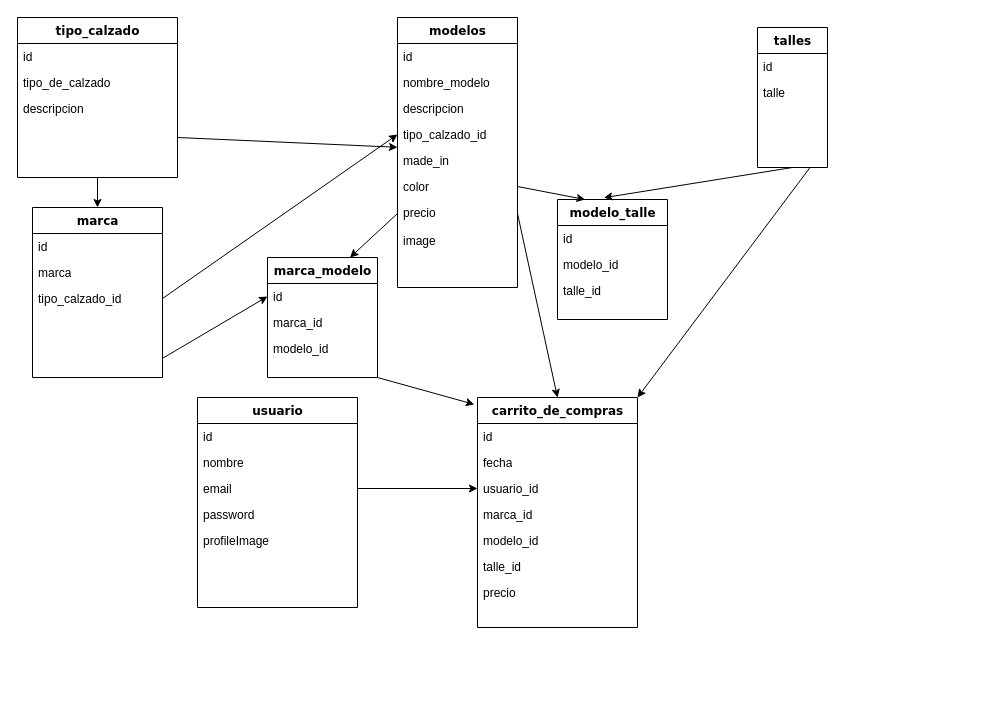
Before: Copy of diagramaBaseDatosSportWear.drawio in Lao70/fullstack2021, a draw.io diagram. Source tidied: cells renumbered, new cells numbered last; positions are measured from the earlier drawing's top-left corner, leaving out a move shared by most shapes. Both pictures are drawn from the tidied source at 100%, with x=0, y=0 at pixel (17, 17).
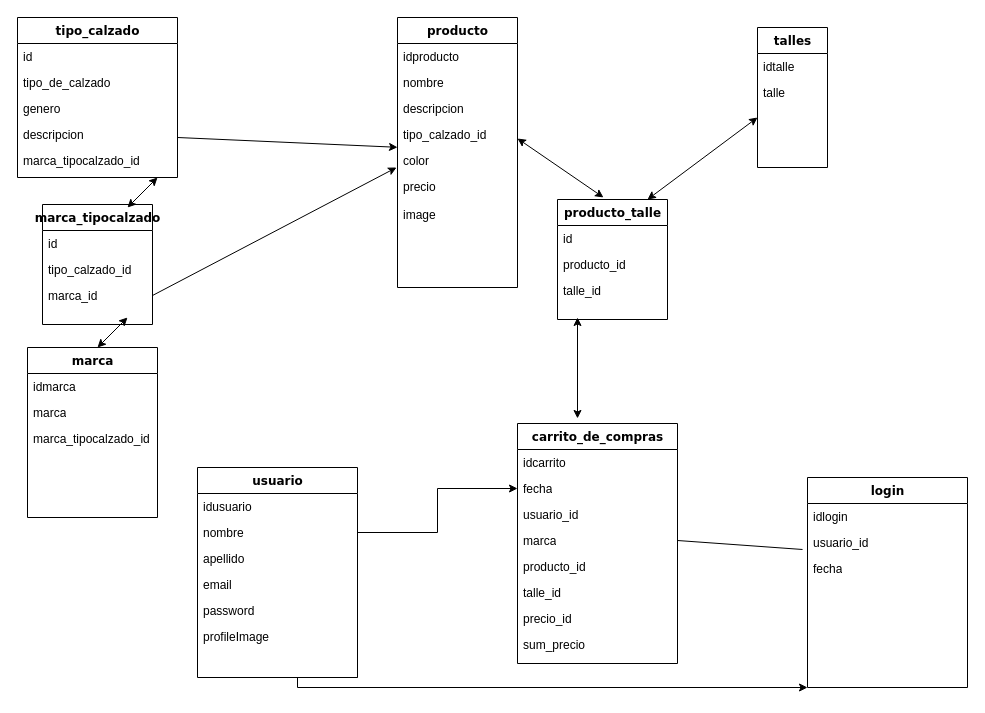
The same diagram, later.

The change refers to these unchanged cells:
```xml
<mxCell id="4" value="tipo_calzado" style="swimlane;html=1;fontStyle=1;align=center;verticalAlign=top;horizontal=1;startSize=26;swimlaneFillColor=#ffffff;rounded=0;shadow=0;comic=0;labelBackgroundColor=none;strokeWidth=1;fillColor=none;fontFamily=Verdana;fontSize=12;" parent="1" vertex="1">
  <mxGeometry width="160" height="160" as="geometry" />
</mxCell>
<mxCell id="17" value="tipo_calzado_id" style="text;html=1;strokeColor=none;fillColor=none;align=left;verticalAlign=top;spacingLeft=4;spacingRight=4;whiteSpace=wrap;overflow=hidden;points=[[0,0.5],[1,0.5]];portConstraint=eastwest;" parent="13" vertex="1">
  <mxGeometry y="104" width="120" height="26" as="geometry" />
</mxCell>
<mxCell id="24" value="talles" style="swimlane;html=1;fontStyle=1;align=center;verticalAlign=top;horizontal=1;startSize=26;swimlaneFillColor=#ffffff;rounded=0;shadow=0;comic=0;labelBackgroundColor=none;strokeWidth=1;fillColor=none;fontFamily=Verdana;fontSize=12;" parent="1" vertex="1">
  <mxGeometry x="740" y="10" width="70" height="140" as="geometry" />
</mxCell>
<mxCell id="29" value="fecha" style="text;html=1;strokeColor=none;fillColor=none;align=left;verticalAlign=top;spacingLeft=4;spacingRight=4;whiteSpace=wrap;overflow=hidden;points=[[0,0.5],[1,0.5]];portConstraint=eastwest;" parent="27" vertex="1">
  <mxGeometry y="52" width="160" height="26" as="geometry" />
</mxCell>
<mxCell id="30" value="usuario_id" style="text;html=1;strokeColor=none;fillColor=none;align=left;verticalAlign=top;spacingLeft=4;spacingRight=4;whiteSpace=wrap;overflow=hidden;points=[[0,0.5],[1,0.5]];portConstraint=eastwest;" parent="27" vertex="1">
  <mxGeometry y="78" width="160" height="26" as="geometry" />
</mxCell>
<mxCell id="37" value="nombre" style="text;html=1;strokeColor=none;fillColor=none;align=left;verticalAlign=top;spacingLeft=4;spacingRight=4;whiteSpace=wrap;overflow=hidden;points=[[0,0.5],[1,0.5]];portConstraint=eastwest;" parent="35" vertex="1">
  <mxGeometry y="52" width="160" height="26" as="geometry" />
</mxCell>
```

The edit, as a diff of the source:
```diff
@@
-    <mxCell id="2" style="edgeStyle=none;rounded=0;jettySize=auto;html=1;exitX=1;exitY=0.75;exitDx=0;exitDy=0;entryX=0;entryY=-0.008;entryDx=0;entryDy=0;entryPerimeter=0;" parent="1" edge="1" source="4" target="18">
-      <mxGeometry relative="1" as="geometry" />
+    <mxCell id="2" style="edgeStyle=none;rounded=0;jettySize=auto;html=1;exitX=1;exitY=0.75;exitDx=0;exitDy=0;entryX=0;entryY=-0.008;entryDx=0;entryDy=0;entryPerimeter=0;" parent="1" edge="1" source="4">
+      <mxGeometry relative="1" as="geometry">
+        <mxPoint x="380" y="129.8" as="targetPoint" />
+      </mxGeometry>
     </mxCell>
-    <mxCell id="3" style="edgeStyle=none;rounded=0;jettySize=auto;html=1;exitX=0.5;exitY=1;exitDx=0;exitDy=0;entryX=0.5;entryY=0;entryDx=0;entryDy=0;" parent="1" edge="1" source="4" target="9">
-      <mxGeometry relative="1" as="geometry" />
-    </mxCell>
@@
+    <mxCell id="55" value="genero" style="text;html=1;strokeColor=none;fillColor=none;align=left;verticalAlign=top;spacingLeft=4;spacingRight=4;whiteSpace=wrap;overflow=hidden;" parent="4" vertex="1">
+      <mxGeometry y="78" width="160" height="26" as="geometry" />
+    </mxCell>
     <mxCell id="7" value="descripcion" style="text;html=1;strokeColor=none;fillColor=none;align=left;verticalAlign=top;spacingLeft=4;spacingRight=4;whiteSpace=wrap;overflow=hidden;" parent="4" vertex="1">
-      <mxGeometry y="78" width="160" height="26" as="geometry" />
+      <mxGeometry y="104" width="160" height="26" as="geometry" />
     </mxCell>
+    <mxCell id="56" value="marca_tipocalzado_id" style="text;html=1;strokeColor=none;fillColor=none;align=left;verticalAlign=top;spacingLeft=4;spacingRight=4;whiteSpace=wrap;overflow=hidden;" parent="4" vertex="1">
+      <mxGeometry y="130" width="160" height="26" as="geometry" />
+    </mxCell>
+    <mxCell id="57" style="endArrow=classic;startArrow=classic;html=1;rounded=0;" parent="4" edge="1">
+      <mxGeometry relative="1" as="geometry">
+        <mxPoint x="110" y="190" as="sourcePoint" />
+        <mxPoint x="140" y="160" as="targetPoint" />
+      </mxGeometry>
+    </mxCell>
-    <mxCell id="8" style="edgeStyle=none;rounded=0;jettySize=auto;html=1;exitX=0.75;exitY=1;exitDx=0;exitDy=0;entryX=0;entryY=0.5;entryDx=0;entryDy=0;" parent="1" edge="1" source="9" target="47">
+    <mxCell id="8" style="edgeStyle=none;rounded=0;jettySize=auto;html=1;exitX=1;exitY=0.5;exitDx=0;exitDy=0;entryX=-0.008;entryY=0.769;entryDx=0;entryDy=0;entryPerimeter=0;" parent="1" edge="1" source="48" target="19">
       <mxGeometry relative="1" as="geometry" />
     </mxCell>
     <mxCell id="9" value="marca" style="swimlane;html=1;fontStyle=1;align=center;verticalAlign=top;horizontal=1;startSize=26;swimlaneFillColor=#ffffff;rounded=0;shadow=0;comic=0;labelBackgroundColor=none;strokeWidth=1;fillColor=none;fontFamily=Verdana;fontSize=12;" parent="1" vertex="1">
-      <mxGeometry x="15" y="190" width="130" height="170" as="geometry" />
+      <mxGeometry x="10" y="330" width="130" height="170" as="geometry" />
     </mxCell>
-    <mxCell id="10" value="id" style="text;html=1;strokeColor=none;fillColor=none;align=left;verticalAlign=top;spacingLeft=4;spacingRight=4;whiteSpace=wrap;overflow=hidden;" parent="9" vertex="1">
+    <mxCell id="10" value="idmarca" style="text;html=1;strokeColor=none;fillColor=none;align=left;verticalAlign=top;spacingLeft=4;spacingRight=4;whiteSpace=wrap;overflow=hidden;" parent="9" vertex="1">
       <mxGeometry y="26" width="130" height="26" as="geometry" />
     </mxCell>
@@
-    <mxCell id="12" value="tipo_calzado_id" style="text;html=1;strokeColor=none;fillColor=none;align=left;verticalAlign=top;spacingLeft=4;spacingRight=4;whiteSpace=wrap;overflow=hidden;points=[[0,0.5],[1,0.5]];portConstraint=eastwest;" parent="9" vertex="1">
+    <mxCell id="12" value="marca_tipocalzado_id" style="text;html=1;strokeColor=none;fillColor=none;align=left;verticalAlign=top;spacingLeft=4;spacingRight=4;whiteSpace=wrap;overflow=hidden;points=[[0,0.5],[1,0.5]];portConstraint=eastwest;" parent="9" vertex="1">
       <mxGeometry y="78" width="130" height="26" as="geometry" />
     </mxCell>
-    <mxCell id="13" value="modelos" style="swimlane;html=1;fontStyle=1;align=center;verticalAlign=top;horizontal=1;startSize=26;swimlaneFillColor=#ffffff;rounded=0;shadow=0;comic=0;labelBackgroundColor=none;strokeWidth=1;fillColor=none;fontFamily=Verdana;fontSize=12;" parent="1" vertex="1">
+    <mxCell id="13" value="producto" style="swimlane;html=1;fontStyle=1;align=center;verticalAlign=top;horizontal=1;startSize=26;swimlaneFillColor=#ffffff;rounded=0;shadow=0;comic=0;labelBackgroundColor=none;strokeWidth=1;fillColor=none;fontFamily=Verdana;fontSize=12;" parent="1" vertex="1">
       <mxGeometry x="380" width="120" height="270" as="geometry" />
     </mxCell>
-    <mxCell id="14" value="id" style="text;html=1;strokeColor=none;fillColor=none;align=left;verticalAlign=top;spacingLeft=4;spacingRight=4;whiteSpace=wrap;overflow=hidden;" parent="13" vertex="1">
+    <mxCell id="14" value="idproducto" style="text;html=1;strokeColor=none;fillColor=none;align=left;verticalAlign=top;spacingLeft=4;spacingRight=4;whiteSpace=wrap;overflow=hidden;" parent="13" vertex="1">
       <mxGeometry y="26" width="120" height="26" as="geometry" />
     </mxCell>
-    <mxCell id="15" value="nombre_modelo" style="text;html=1;strokeColor=none;fillColor=none;align=left;verticalAlign=top;spacingLeft=4;spacingRight=4;whiteSpace=wrap;overflow=hidden;" parent="13" vertex="1">
+    <mxCell id="15" value="nombre" style="text;html=1;strokeColor=none;fillColor=none;align=left;verticalAlign=top;spacingLeft=4;spacingRight=4;whiteSpace=wrap;overflow=hidden;" parent="13" vertex="1">
       <mxGeometry y="52" width="120" height="26" as="geometry" />
     </mxCell>
@@
-    <mxCell id="18" value="made_in" style="text;html=1;strokeColor=none;fillColor=none;align=left;verticalAlign=top;spacingLeft=4;spacingRight=4;whiteSpace=wrap;overflow=hidden;points=[[0,0.5],[1,0.5]];portConstraint=eastwest;" parent="13" vertex="1">
-      <mxGeometry y="130" width="120" height="26" as="geometry" />
-    </mxCell>
     <mxCell id="19" value="color" style="text;html=1;strokeColor=none;fillColor=none;align=left;verticalAlign=top;spacingLeft=4;spacingRight=4;whiteSpace=wrap;overflow=hidden;points=[[0,0.5],[1,0.5]];portConstraint=eastwest;" parent="13" vertex="1">
-      <mxGeometry y="156" width="120" height="26" as="geometry" />
+      <mxGeometry y="130" width="120" height="26" as="geometry" />
     </mxCell>
     <mxCell id="20" value="precio" style="text;html=1;strokeColor=none;fillColor=none;align=left;verticalAlign=top;spacingLeft=4;spacingRight=4;whiteSpace=wrap;overflow=hidden;points=[[0,0.5],[1,0.5]];portConstraint=eastwest;" parent="13" vertex="1">
-      <mxGeometry y="182" width="120" height="28" as="geometry" />
+      <mxGeometry y="156" width="120" height="28" as="geometry" />
     </mxCell>
     <mxCell id="21" value="image" style="text;html=1;strokeColor=none;fillColor=none;align=left;verticalAlign=top;spacingLeft=4;spacingRight=4;whiteSpace=wrap;overflow=hidden;" parent="13" vertex="1">
-      <mxGeometry y="210" width="120" height="28" as="geometry" />
+      <mxGeometry y="184" width="120" height="28" as="geometry" />
     </mxCell>
-    <mxCell id="22" style="edgeStyle=none;rounded=0;jettySize=auto;html=1;exitX=0.5;exitY=1;exitDx=0;exitDy=0;entryX=0.422;entryY=-0.015;entryDx=0;entryDy=0;entryPerimeter=0;" parent="1" edge="1" source="24" target="41">
-      <mxGeometry relative="1" as="geometry" />
-    </mxCell>
-    <mxCell id="23" style="edgeStyle=none;rounded=0;jettySize=auto;html=1;exitX=0.75;exitY=1;exitDx=0;exitDy=0;entryX=1;entryY=0;entryDx=0;entryDy=0;" parent="1" edge="1" source="24" target="27">
-      <mxGeometry relative="1" as="geometry" />
-    </mxCell>
@@
-    <mxCell id="25" value="id" style="text;html=1;strokeColor=none;fillColor=none;align=left;verticalAlign=top;spacingLeft=4;spacingRight=4;whiteSpace=wrap;overflow=hidden;" parent="24" vertex="1">
+    <mxCell id="25" value="idtalle" style="text;html=1;strokeColor=none;fillColor=none;align=left;verticalAlign=top;spacingLeft=4;spacingRight=4;whiteSpace=wrap;overflow=hidden;" parent="24" vertex="1">
       <mxGeometry y="26" width="70" height="26" as="geometry" />
     </mxCell>
@@
     <mxCell id="27" value="carrito_de_compras" style="swimlane;html=1;fontStyle=1;align=center;verticalAlign=top;horizontal=1;startSize=26;swimlaneFillColor=#ffffff;rounded=0;shadow=0;comic=0;labelBackgroundColor=none;strokeWidth=1;fillColor=none;fontFamily=Verdana;fontSize=12;" parent="1" vertex="1">
-      <mxGeometry x="460" y="380" width="160" height="230" as="geometry" />
+      <mxGeometry x="500" y="406" width="160" height="240" as="geometry" />
     </mxCell>
-    <mxCell id="28" value="id" style="text;html=1;strokeColor=none;fillColor=none;align=left;verticalAlign=top;spacingLeft=4;spacingRight=4;whiteSpace=wrap;overflow=hidden;" parent="27" vertex="1">
+    <mxCell id="28" value="idcarrito" style="text;html=1;strokeColor=none;fillColor=none;align=left;verticalAlign=top;spacingLeft=4;spacingRight=4;whiteSpace=wrap;overflow=hidden;" parent="27" vertex="1">
       <mxGeometry y="26" width="160" height="26" as="geometry" />
     </mxCell>
@@
-    <mxCell id="31" value="marca_id" style="text;html=1;strokeColor=none;fillColor=none;align=left;verticalAlign=top;spacingLeft=4;spacingRight=4;whiteSpace=wrap;overflow=hidden;points=[[0,0.5],[1,0.5]];portConstraint=eastwest;" parent="27" vertex="1">
+    <mxCell id="31" value="marca" style="text;html=1;strokeColor=none;fillColor=none;align=left;verticalAlign=top;spacingLeft=4;spacingRight=4;whiteSpace=wrap;overflow=hidden;points=[[0,0.5],[1,0.5]];portConstraint=eastwest;" parent="27" vertex="1">
       <mxGeometry y="104" width="160" height="26" as="geometry" />
     </mxCell>
-    <mxCell id="32" value="modelo_id" style="text;html=1;strokeColor=none;fillColor=none;align=left;verticalAlign=top;spacingLeft=4;spacingRight=4;whiteSpace=wrap;overflow=hidden;" parent="27" vertex="1">
+    <mxCell id="32" value="producto_id" style="text;html=1;strokeColor=none;fillColor=none;align=left;verticalAlign=top;spacingLeft=4;spacingRight=4;whiteSpace=wrap;overflow=hidden;" parent="27" vertex="1">
       <mxGeometry y="130" width="160" height="26" as="geometry" />
     </mxCell>
@@
-    <mxCell id="34" value="precio" style="text;html=1;strokeColor=none;fillColor=none;align=left;verticalAlign=top;spacingLeft=4;spacingRight=4;whiteSpace=wrap;overflow=hidden;" parent="27" vertex="1">
+    <mxCell id="34" value="precio_id" style="text;html=1;strokeColor=none;fillColor=none;align=left;verticalAlign=top;spacingLeft=4;spacingRight=4;whiteSpace=wrap;overflow=hidden;" parent="27" vertex="1">
       <mxGeometry y="182" width="160" height="26" as="geometry" />
     </mxCell>
+    <mxCell id="58" value="sum_precio" style="text;html=1;strokeColor=none;fillColor=none;align=left;verticalAlign=top;spacingLeft=4;spacingRight=4;whiteSpace=wrap;overflow=hidden;" parent="27" vertex="1">
+      <mxGeometry y="208" width="160" height="26" as="geometry" />
+    </mxCell>
+    <mxCell id="59" style="edgeStyle=orthogonalEdgeStyle;rounded=0;jettySize=auto;html=1;exitX=1;exitY=1;exitDx=0;exitDy=0;entryX=0;entryY=1;entryDx=0;entryDy=0;" parent="1" edge="1" source="35" target="61">
+      <mxGeometry relative="1" as="geometry">
+        <Array as="points">
+          <mxPoint x="280" y="590" />
+          <mxPoint x="280" y="670" />
+          <mxPoint x="670" y="670" />
+        </Array>
+      </mxGeometry>
+    </mxCell>
     <mxCell id="35" value="usuario" style="swimlane;html=1;fontStyle=1;align=center;verticalAlign=top;horizontal=1;startSize=26;swimlaneFillColor=#ffffff;rounded=0;shadow=0;comic=0;labelBackgroundColor=none;strokeWidth=1;fillColor=none;fontFamily=Verdana;fontSize=12;" parent="1" vertex="1">
-      <mxGeometry x="180" y="380" width="160" height="210" as="geometry" />
+      <mxGeometry x="180" y="450" width="160" height="210" as="geometry" />
     </mxCell>
-    <mxCell id="36" value="id" style="text;html=1;strokeColor=none;fillColor=none;align=left;verticalAlign=top;spacingLeft=4;spacingRight=4;whiteSpace=wrap;overflow=hidden;" parent="35" vertex="1">
+    <mxCell id="36" value="idusuario" style="text;html=1;strokeColor=none;fillColor=none;align=left;verticalAlign=top;spacingLeft=4;spacingRight=4;whiteSpace=wrap;overflow=hidden;" parent="35" vertex="1">
       <mxGeometry y="26" width="160" height="26" as="geometry" />
     </mxCell>
@@
+    <mxCell id="60" value="apellido" style="text;html=1;strokeColor=none;fillColor=none;align=left;verticalAlign=top;spacingLeft=4;spacingRight=4;whiteSpace=wrap;overflow=hidden;" parent="35" vertex="1">
+      <mxGeometry y="78" width="160" height="26" as="geometry" />
+    </mxCell>
     <mxCell id="38" value="email" style="text;html=1;strokeColor=none;fillColor=none;align=left;verticalAlign=top;spacingLeft=4;spacingRight=4;whiteSpace=wrap;overflow=hidden;points=[[0,0.5],[1,0.5]];portConstraint=eastwest;" parent="35" vertex="1">
-      <mxGeometry y="78" width="160" height="26" as="geometry" />
+      <mxGeometry y="104" width="160" height="26" as="geometry" />
     </mxCell>
     <mxCell id="39" value="password" style="text;html=1;strokeColor=none;fillColor=none;align=left;verticalAlign=top;spacingLeft=4;spacingRight=4;whiteSpace=wrap;overflow=hidden;" parent="35" vertex="1">
-      <mxGeometry y="104" width="160" height="26" as="geometry" />
+      <mxGeometry y="130" width="160" height="26" as="geometry" />
     </mxCell>
     <mxCell id="40" value="profileImage" style="text;html=1;strokeColor=none;fillColor=none;align=left;verticalAlign=top;spacingLeft=4;spacingRight=4;whiteSpace=wrap;overflow=hidden;" parent="35" vertex="1">
-      <mxGeometry y="130" width="160" height="26" as="geometry" />
+      <mxGeometry y="156" width="160" height="26" as="geometry" />
     </mxCell>
-    <mxCell id="41" value="modelo_talle" style="swimlane;html=1;fontStyle=1;align=center;verticalAlign=top;horizontal=1;startSize=26;swimlaneFillColor=#ffffff;rounded=0;shadow=0;comic=0;labelBackgroundColor=none;strokeWidth=1;fillColor=none;fontFamily=Verdana;fontSize=12;" parent="1" vertex="1">
+    <mxCell id="41" value="producto_talle" style="swimlane;html=1;fontStyle=1;align=center;verticalAlign=top;horizontal=1;startSize=26;swimlaneFillColor=#ffffff;rounded=0;shadow=0;comic=0;labelBackgroundColor=none;strokeWidth=1;fillColor=none;fontFamily=Verdana;fontSize=12;" parent="1" vertex="1">
       <mxGeometry x="540" y="182" width="110" height="120" as="geometry" />
     </mxCell>
@@
-    <mxCell id="43" value="modelo_id" style="text;html=1;strokeColor=none;fillColor=none;align=left;verticalAlign=top;spacingLeft=4;spacingRight=4;whiteSpace=wrap;overflow=hidden;" parent="41" vertex="1">
+    <mxCell id="43" value="producto_id" style="text;html=1;strokeColor=none;fillColor=none;align=left;verticalAlign=top;spacingLeft=4;spacingRight=4;whiteSpace=wrap;overflow=hidden;" parent="41" vertex="1">
       <mxGeometry y="52" width="110" height="26" as="geometry" />
     </mxCell>
@@
-    <mxCell id="45" style="edgeStyle=none;rounded=0;jettySize=auto;html=1;exitX=1;exitY=1;exitDx=0;exitDy=0;entryX=-0.02;entryY=0.03;entryDx=0;entryDy=0;entryPerimeter=0;" parent="1" edge="1" source="46" target="27">
-      <mxGeometry relative="1" as="geometry" />
-    </mxCell>
-    <mxCell id="46" value="marca_modelo" style="swimlane;html=1;fontStyle=1;align=center;verticalAlign=top;horizontal=1;startSize=26;swimlaneFillColor=#ffffff;rounded=0;shadow=0;comic=0;labelBackgroundColor=none;strokeWidth=1;fillColor=none;fontFamily=Verdana;fontSize=12;" parent="1" vertex="1">
-      <mxGeometry x="250" y="240" width="110" height="120" as="geometry" />
-    </mxCell>
+    <mxCell id="61" value="login" style="swimlane;html=1;fontStyle=1;align=center;verticalAlign=top;horizontal=1;startSize=26;swimlaneFillColor=#ffffff;rounded=0;shadow=0;comic=0;labelBackgroundColor=none;strokeWidth=1;fillColor=none;fontFamily=Verdana;fontSize=12;" parent="1" vertex="1">
+      <mxGeometry x="790" y="460" width="160" height="210" as="geometry" />
+    </mxCell>
+    <mxCell id="62" value="idlogin" style="text;html=1;strokeColor=none;fillColor=none;align=left;verticalAlign=top;spacingLeft=4;spacingRight=4;whiteSpace=wrap;overflow=hidden;" parent="61" vertex="1">
+      <mxGeometry y="26" width="160" height="26" as="geometry" />
+    </mxCell>
+    <mxCell id="63" value="usuario_id" style="text;html=1;strokeColor=none;fillColor=none;align=left;verticalAlign=top;spacingLeft=4;spacingRight=4;whiteSpace=wrap;overflow=hidden;points=[[0,0.5],[1,0.5]];portConstraint=eastwest;" parent="61" vertex="1">
+      <mxGeometry y="52" width="160" height="26" as="geometry" />
+    </mxCell>
+    <mxCell id="64" value="fecha" style="text;html=1;strokeColor=none;fillColor=none;align=left;verticalAlign=top;spacingLeft=4;spacingRight=4;whiteSpace=wrap;overflow=hidden;" parent="61" vertex="1">
+      <mxGeometry y="78" width="160" height="26" as="geometry" />
+    </mxCell>
+    <mxCell id="65" style="edgeStyle=orthogonalEdgeStyle;rounded=0;jettySize=auto;html=1;exitX=1;exitY=0.5;exitDx=0;exitDy=0;entryX=0;entryY=0.5;entryDx=0;entryDy=0;" parent="1" edge="1" source="37" target="29">
+      <mxGeometry relative="1" as="geometry" />
+    </mxCell>
+    <mxCell id="66" style="endArrow=none;html=1;rounded=0;entryX=-0.031;entryY=0.769;entryDx=0;entryDy=0;entryPerimeter=0;exitX=1;exitY=0.5;exitDx=0;exitDy=0;" parent="1" edge="1" source="31" target="63">
+      <mxGeometry relative="1" as="geometry" />
+    </mxCell>
+    <mxCell id="67" style="endArrow=classic;startArrow=classic;html=1;rounded=0;" parent="1" edge="1">
+      <mxGeometry relative="1" as="geometry">
+        <mxPoint x="630" y="182" as="sourcePoint" />
+        <mxPoint x="740" y="100" as="targetPoint" />
+      </mxGeometry>
+    </mxCell>
+    <mxCell id="68" style="endArrow=classic;startArrow=classic;html=1;rounded=0;entryX=0.418;entryY=-0.017;entryDx=0;entryDy=0;entryPerimeter=0;" parent="1" edge="1" target="41">
+      <mxGeometry relative="1" as="geometry">
+        <mxPoint x="500" y="121" as="sourcePoint" />
+      </mxGeometry>
+    </mxCell>
+    <mxCell id="69" style="endArrow=classic;startArrow=classic;html=1;rounded=0;exitX=0.375;exitY=-0.021;exitDx=0;exitDy=0;exitPerimeter=0;" parent="1" edge="1" source="27">
+      <mxGeometry relative="1" as="geometry">
+        <mxPoint x="560" y="300" as="targetPoint" />
+      </mxGeometry>
+    </mxCell>
+    <mxCell id="70" value="marca_tipocalzado" style="swimlane;html=1;fontStyle=1;align=center;verticalAlign=top;horizontal=1;startSize=26;swimlaneFillColor=#ffffff;rounded=0;shadow=0;comic=0;labelBackgroundColor=none;strokeWidth=1;fillColor=none;fontFamily=Verdana;fontSize=12;" parent="1" vertex="1">
+      <mxGeometry x="25" y="187" width="110" height="120" as="geometry" />
+    </mxCell>
-    <mxCell id="47" value="id&lt;br&gt;" style="text;html=1;strokeColor=none;fillColor=none;align=left;verticalAlign=top;spacingLeft=4;spacingRight=4;whiteSpace=wrap;overflow=hidden;points=[[0,0.5],[1,0.5]];portConstraint=eastwest;" parent="46" vertex="1">
+    <mxCell id="47" value="id&lt;br&gt;" style="text;html=1;strokeColor=none;fillColor=none;align=left;verticalAlign=top;spacingLeft=4;spacingRight=4;whiteSpace=wrap;overflow=hidden;points=[[0,0.5],[1,0.5]];portConstraint=eastwest;" parent="70" vertex="1">
       <mxGeometry y="26" width="110" height="26" as="geometry" />
     </mxCell>
+    <mxCell id="71" value="tipo_calzado_id" style="text;html=1;strokeColor=none;fillColor=none;align=left;verticalAlign=top;spacingLeft=4;spacingRight=4;whiteSpace=wrap;overflow=hidden;" parent="70" vertex="1">
+      <mxGeometry y="52" width="110" height="26" as="geometry" />
+    </mxCell>
-    <mxCell id="48" value="marca_id" style="text;html=1;strokeColor=none;fillColor=none;align=left;verticalAlign=top;spacingLeft=4;spacingRight=4;whiteSpace=wrap;overflow=hidden;points=[[0,0.5],[1,0.5]];portConstraint=eastwest;" parent="46" vertex="1">
-      <mxGeometry y="52" width="110" height="26" as="geometry" />
+    <mxCell id="48" value="marca_id" style="text;html=1;strokeColor=none;fillColor=none;align=left;verticalAlign=top;spacingLeft=4;spacingRight=4;whiteSpace=wrap;overflow=hidden;points=[[0,0.5],[1,0.5]];portConstraint=eastwest;" parent="70" vertex="1">
+      <mxGeometry y="78" width="110" height="26" as="geometry" />
     </mxCell>
-    <mxCell id="49" value="modelo_id" style="text;html=1;strokeColor=none;fillColor=none;align=left;verticalAlign=top;spacingLeft=4;spacingRight=4;whiteSpace=wrap;overflow=hidden;" parent="46" vertex="1">
-      <mxGeometry y="78" width="110" height="26" as="geometry" />
-    </mxCell>
-    <mxCell id="50" style="edgeStyle=none;rounded=0;jettySize=auto;html=1;exitX=1;exitY=0.5;exitDx=0;exitDy=0;entryX=0;entryY=0.5;entryDx=0;entryDy=0;" parent="1" edge="1" source="12" target="17">
-      <mxGeometry relative="1" as="geometry" />
-    </mxCell>
-    <mxCell id="51" style="edgeStyle=none;rounded=0;jettySize=auto;html=1;exitX=1;exitY=0.5;exitDx=0;exitDy=0;entryX=0.25;entryY=0;entryDx=0;entryDy=0;" parent="1" edge="1" source="19" target="41">
-      <mxGeometry relative="1" as="geometry" />
-    </mxCell>
-    <mxCell id="52" style="edgeStyle=none;rounded=0;jettySize=auto;html=1;exitX=0;exitY=0.5;exitDx=0;exitDy=0;entryX=0.75;entryY=0;entryDx=0;entryDy=0;" parent="1" edge="1" source="20" target="46">
-      <mxGeometry relative="1" as="geometry" />
-    </mxCell>
-    <mxCell id="53" style="edgeStyle=none;rounded=0;jettySize=auto;html=1;exitX=1;exitY=0.5;exitDx=0;exitDy=0;entryX=0;entryY=0.5;entryDx=0;entryDy=0;" parent="1" edge="1" source="38" target="30">
-      <mxGeometry relative="1" as="geometry" />
-    </mxCell>
-    <mxCell id="54" style="edgeStyle=none;rounded=0;jettySize=auto;html=1;exitX=1;exitY=0.5;exitDx=0;exitDy=0;entryX=0.5;entryY=0;entryDx=0;entryDy=0;" parent="1" edge="1" source="20" target="27">
-      <mxGeometry relative="1" as="geometry" />
-    </mxCell>
+    <mxCell id="72" style="endArrow=classic;startArrow=classic;html=1;rounded=0;" parent="70" edge="1">
+      <mxGeometry relative="1" as="geometry">
+        <mxPoint x="55" y="143" as="sourcePoint" />
+        <mxPoint x="85" y="113" as="targetPoint" />
+      </mxGeometry>
+    </mxCell>
```
